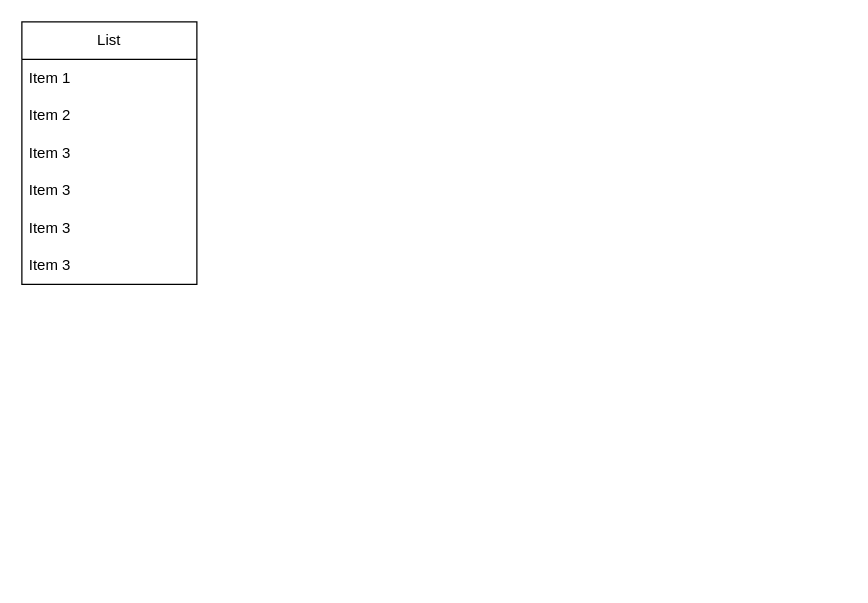
Earlier version of the draw.io diagram 0377-ASGBD (M10)/ZOO.drawio (gxldnn/edt). Source tidied: cells renumbered, new cells numbered last; positions are measured from the earlier drawing's top-left corner, leaving out a move shared by most shapes. Both pictures are drawn from the tidied source at 125%, with x=0, y=0 at pixel (21, 21).
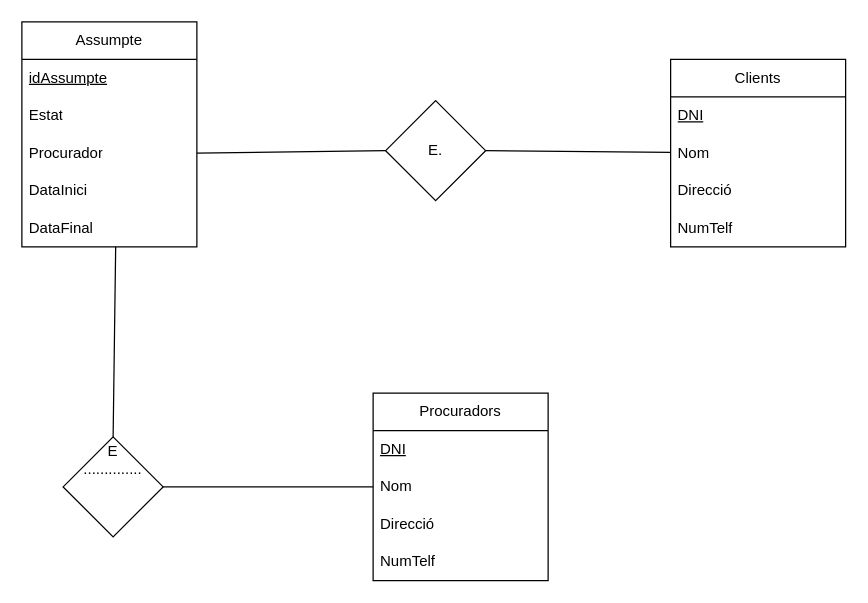
The same diagram, later.

The edit, as a diff of the source:
```diff
@@
-    <mxCell id="2" value="List" style="swimlane;fontStyle=0;horizontal=1;startSize=30;whiteSpace=wrap;html=1;" parent="1" vertex="1">
-      <mxGeometry width="140" height="210" as="geometry" />
+    <mxCell id="2" value="Assumpte" style="swimlane;fontStyle=0;horizontal=1;startSize=30;whiteSpace=wrap;html=1;" parent="1" vertex="1">
+      <mxGeometry width="140" height="180" as="geometry" />
     </mxCell>
-    <mxCell id="3" value="Item 1" style="text;strokeColor=none;fillColor=none;align=left;verticalAlign=middle;spacingLeft=4;spacingRight=4;overflow=hidden;whiteSpace=wrap;html=1;" parent="2" vertex="1">
+    <mxCell id="3" value="&lt;u&gt;idAssumpte&lt;/u&gt;" style="text;strokeColor=none;fillColor=none;align=left;verticalAlign=middle;spacingLeft=4;spacingRight=4;overflow=hidden;whiteSpace=wrap;html=1;" parent="2" vertex="1">
       <mxGeometry y="30" width="140" height="30" as="geometry" />
     </mxCell>
-    <mxCell id="4" value="Item 2" style="text;strokeColor=none;fillColor=none;align=left;verticalAlign=middle;spacingLeft=4;spacingRight=4;overflow=hidden;whiteSpace=wrap;html=1;" parent="2" vertex="1">
+    <mxCell id="4" value="Estat" style="text;strokeColor=none;fillColor=none;align=left;verticalAlign=middle;spacingLeft=4;spacingRight=4;overflow=hidden;whiteSpace=wrap;html=1;" parent="2" vertex="1">
       <mxGeometry y="60" width="140" height="30" as="geometry" />
     </mxCell>
-    <mxCell id="5" value="Item 3" style="text;strokeColor=none;fillColor=none;align=left;verticalAlign=middle;spacingLeft=4;spacingRight=4;overflow=hidden;points=[[0,0.5],[1,0.5]];portConstraint=eastwest;whiteSpace=wrap;html=1;" parent="2" vertex="1">
+    <mxCell id="5" value="Procurador" style="text;strokeColor=none;fillColor=none;align=left;verticalAlign=middle;spacingLeft=4;spacingRight=4;overflow=hidden;points=[[0,0.5],[1,0.5]];portConstraint=eastwest;whiteSpace=wrap;html=1;" parent="2" vertex="1">
       <mxGeometry y="90" width="140" height="30" as="geometry" />
     </mxCell>
-    <mxCell id="6" value="Item 3" style="text;strokeColor=none;fillColor=none;align=left;verticalAlign=middle;spacingLeft=4;spacingRight=4;overflow=hidden;whiteSpace=wrap;html=1;" parent="2" vertex="1">
+    <mxCell id="6" value="DataInici" style="text;strokeColor=none;fillColor=none;align=left;verticalAlign=middle;spacingLeft=4;spacingRight=4;overflow=hidden;whiteSpace=wrap;html=1;" parent="2" vertex="1">
       <mxGeometry y="120" width="140" height="30" as="geometry" />
     </mxCell>
-    <mxCell id="7" value="Item 3" style="text;strokeColor=none;fillColor=none;align=left;verticalAlign=middle;spacingLeft=4;spacingRight=4;overflow=hidden;points=[[0,0.5],[1,0.5]];portConstraint=eastwest;whiteSpace=wrap;html=1;" parent="2" vertex="1">
+    <mxCell id="7" value="DataFinal" style="text;strokeColor=none;fillColor=none;align=left;verticalAlign=middle;spacingLeft=4;spacingRight=4;overflow=hidden;points=[[0,0.5],[1,0.5]];portConstraint=eastwest;whiteSpace=wrap;html=1;" parent="2" vertex="1">
       <mxGeometry y="150" width="140" height="30" as="geometry" />
     </mxCell>
-    <mxCell id="8" value="Item 3" style="text;strokeColor=none;fillColor=none;align=left;verticalAlign=middle;spacingLeft=4;spacingRight=4;overflow=hidden;whiteSpace=wrap;html=1;" parent="2" vertex="1">
-      <mxGeometry y="180" width="140" height="30" as="geometry" />
-    </mxCell>
+    <mxCell id="9" value="Clients" style="swimlane;fontStyle=0;horizontal=1;startSize=30;whiteSpace=wrap;html=1;" parent="1" vertex="1">
+      <mxGeometry x="519" y="30" width="140" height="150" as="geometry" />
+    </mxCell>
+    <mxCell id="10" value="&lt;u&gt;DNI&lt;/u&gt;" style="text;strokeColor=none;fillColor=none;align=left;verticalAlign=middle;spacingLeft=4;spacingRight=4;overflow=hidden;whiteSpace=wrap;html=1;" parent="9" vertex="1">
+      <mxGeometry y="30" width="140" height="30" as="geometry" />
+    </mxCell>
+    <mxCell id="11" value="Nom" style="text;strokeColor=none;fillColor=none;align=left;verticalAlign=middle;spacingLeft=4;spacingRight=4;overflow=hidden;points=[[0,0.5],[1,0.5]];portConstraint=eastwest;whiteSpace=wrap;html=1;" parent="9" vertex="1">
+      <mxGeometry y="60" width="140" height="30" as="geometry" />
+    </mxCell>
+    <mxCell id="12" value="Direcció" style="text;strokeColor=none;fillColor=none;align=left;verticalAlign=middle;spacingLeft=4;spacingRight=4;overflow=hidden;whiteSpace=wrap;html=1;" parent="9" vertex="1">
+      <mxGeometry y="90" width="140" height="30" as="geometry" />
+    </mxCell>
+    <mxCell id="13" value="NumTelf" style="text;strokeColor=none;fillColor=none;align=left;verticalAlign=middle;spacingLeft=4;spacingRight=4;overflow=hidden;whiteSpace=wrap;html=1;" parent="9" vertex="1">
+      <mxGeometry y="120" width="140" height="30" as="geometry" />
+    </mxCell>
+    <mxCell id="14" value="Procuradors" style="swimlane;fontStyle=0;horizontal=1;startSize=30;whiteSpace=wrap;html=1;" parent="1" vertex="1">
+      <mxGeometry x="281" y="297" width="140" height="150" as="geometry" />
+    </mxCell>
+    <mxCell id="15" value="&lt;u&gt;DNI&lt;/u&gt;" style="text;strokeColor=none;fillColor=none;align=left;verticalAlign=middle;spacingLeft=4;spacingRight=4;overflow=hidden;whiteSpace=wrap;html=1;" parent="14" vertex="1">
+      <mxGeometry y="30" width="140" height="30" as="geometry" />
+    </mxCell>
+    <mxCell id="16" value="Nom" style="text;strokeColor=none;fillColor=none;align=left;verticalAlign=middle;spacingLeft=4;spacingRight=4;overflow=hidden;points=[[0,0.5],[1,0.5]];portConstraint=eastwest;whiteSpace=wrap;html=1;" parent="14" vertex="1">
+      <mxGeometry y="60" width="140" height="30" as="geometry" />
+    </mxCell>
+    <mxCell id="17" value="Direcció" style="text;strokeColor=none;fillColor=none;align=left;verticalAlign=middle;spacingLeft=4;spacingRight=4;overflow=hidden;whiteSpace=wrap;html=1;" parent="14" vertex="1">
+      <mxGeometry y="90" width="140" height="30" as="geometry" />
+    </mxCell>
+    <mxCell id="18" value="NumTelf" style="text;strokeColor=none;fillColor=none;align=left;verticalAlign=middle;spacingLeft=4;spacingRight=4;overflow=hidden;whiteSpace=wrap;html=1;" parent="14" vertex="1">
+      <mxGeometry y="120" width="140" height="30" as="geometry" />
+    </mxCell>
+    <mxCell id="19" value="&lt;div&gt;E.&lt;/div&gt;" style="rhombus;whiteSpace=wrap;html=1;" parent="1" vertex="1">
+      <mxGeometry x="291" y="63" width="80" height="80" as="geometry" />
+    </mxCell>
+    <mxCell id="20" style="endArrow=none;html=1;rounded=0;fontSize=12;startSize=8;endSize=8;curved=1;entryX=0;entryY=0.5;entryDx=0;entryDy=0;exitX=1;exitY=0.5;exitDx=0;exitDy=0;" parent="1" edge="1" source="5" target="19">
+      <mxGeometry relative="1" as="geometry" />
+    </mxCell>
+    <mxCell id="21" style="endArrow=none;html=1;rounded=0;fontSize=12;startSize=8;endSize=8;curved=1;exitX=1;exitY=0.5;exitDx=0;exitDy=0;" parent="1" edge="1" source="19" target="11">
+      <mxGeometry relative="1" as="geometry" />
+    </mxCell>
+    <mxCell id="22" value="&lt;div&gt;E&lt;/div&gt;&lt;div&gt;..............&lt;/div&gt;&lt;div&gt;&lt;br&gt;&lt;/div&gt;&lt;div&gt;&lt;br&gt;&lt;/div&gt;&lt;div&gt;&lt;br&gt;&lt;/div&gt;" style="rhombus;whiteSpace=wrap;html=1;" parent="1" vertex="1">
+      <mxGeometry x="33" y="332" width="80" height="80" as="geometry" />
+    </mxCell>
+    <mxCell id="23" style="endArrow=none;html=1;rounded=0;fontSize=12;startSize=8;endSize=8;curved=1;entryX=0.5;entryY=0;entryDx=0;entryDy=0;exitX=0.536;exitY=1;exitDx=0;exitDy=0;exitPerimeter=0;" parent="1" edge="1" source="7" target="22">
+      <mxGeometry relative="1" as="geometry" />
+    </mxCell>
+    <mxCell id="24" style="endArrow=none;html=1;rounded=0;fontSize=12;startSize=8;endSize=8;curved=1;exitX=1;exitY=0.5;exitDx=0;exitDy=0;entryX=0;entryY=0.5;entryDx=0;entryDy=0;" parent="1" edge="1" source="22" target="16">
+      <mxGeometry relative="1" as="geometry" />
+    </mxCell>
```
